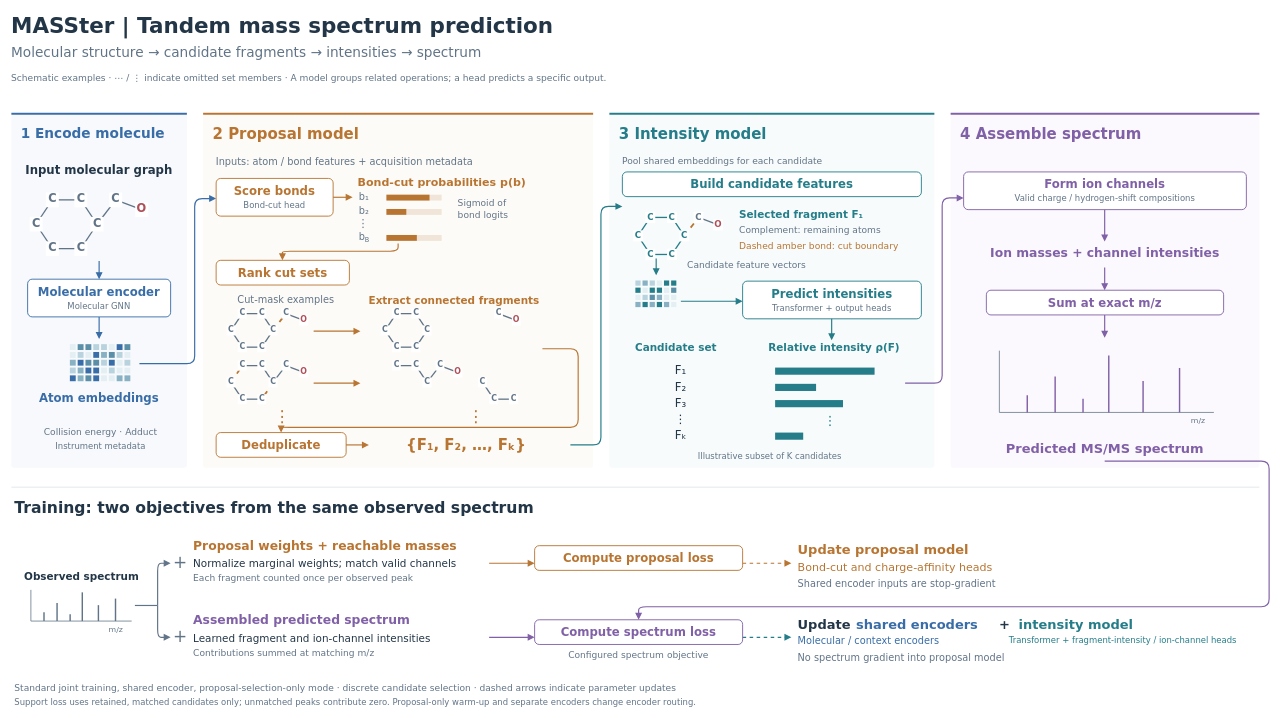
Earlier version of the draw.io diagram page "MASSter architecture" (1 of 6) of docs/figures/masster_figures.drawio (LZhang98/fragnnet). Source tidied: cells renumbered, new cells numbered last; positions are measured from the earlier drawing's top-left corner, leaving out a move shared by most shapes. Both pictures are drawn from the tidied source at 65%, with x=0, y=0 at pixel (11, 11).
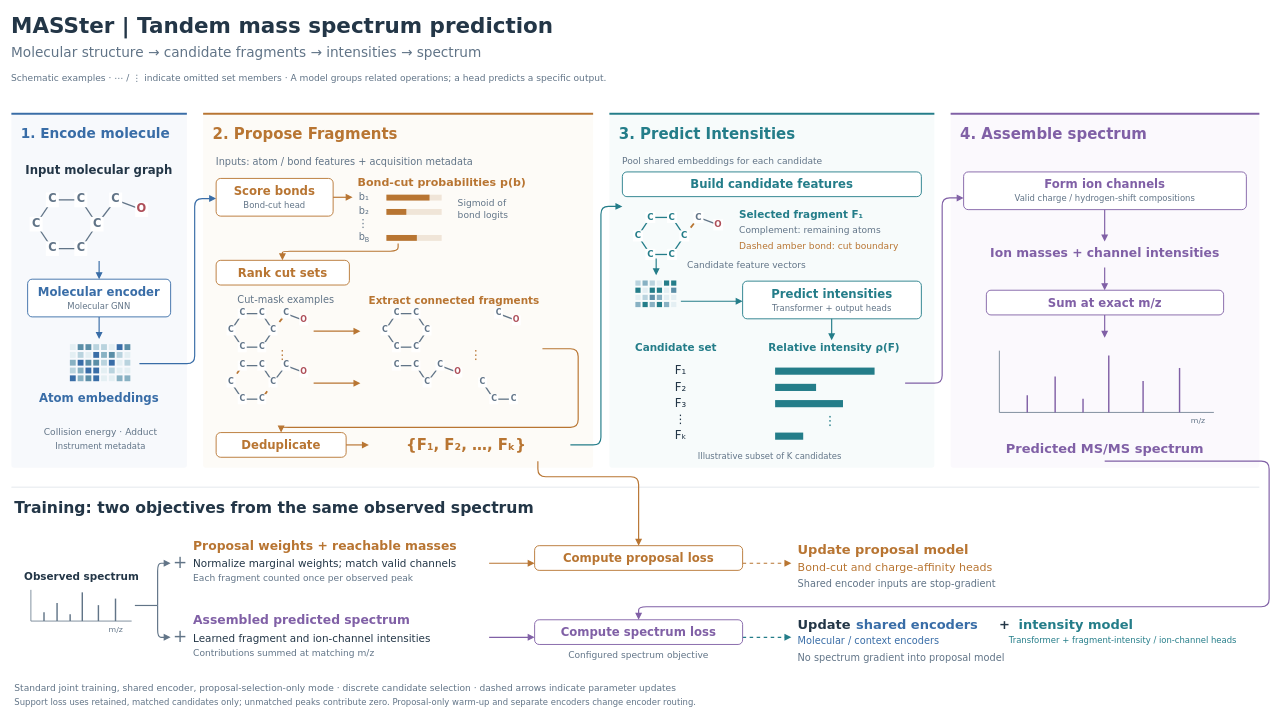
After the change.

Diff of the diagram source:
```diff
@@
-    <mxCell id="7" value="1   Encode molecule" style="text;html=0;whiteSpace=wrap;fillColor=none;strokeColor=none;fontFamily=DejaVu Sans;fontSize=21;fontColor=#396DA7;fontStyle=1;align=left;verticalAlign=middle;spacing=0;" parent="1" vertex="1">
+    <mxCell id="7" value="1. Encode molecule" style="text;html=0;whiteSpace=wrap;fillColor=none;strokeColor=none;fontFamily=DejaVu Sans;fontSize=21;fontColor=#396DA7;fontStyle=1;align=left;verticalAlign=middle;spacing=0;" parent="1" vertex="1">
       <mxGeometry x="15" y="175" width="240" height="26.2" as="geometry" />
     </mxCell>
@@
-    <mxCell id="10" value="2   Proposal model" style="text;html=0;whiteSpace=wrap;fillColor=none;strokeColor=none;fontFamily=DejaVu Sans;fontSize=23;fontColor=#B87532;fontStyle=1;align=left;verticalAlign=middle;spacing=0;" parent="1" vertex="1">
+    <mxCell id="10" value="2. Propose Fragments" style="text;html=0;whiteSpace=wrap;fillColor=none;strokeColor=none;fontFamily=DejaVu Sans;fontSize=23;fontColor=#B87532;fontStyle=1;align=left;verticalAlign=middle;spacing=0;" parent="1" vertex="1">
       <mxGeometry x="310" y="175" width="570" height="28.8" as="geometry" />
     </mxCell>
@@
-    <mxCell id="13" value="3   Intensity model" style="text;html=0;whiteSpace=wrap;fillColor=none;strokeColor=none;fontFamily=DejaVu Sans;fontSize=23;fontColor=#247D89;fontStyle=1;align=left;verticalAlign=middle;spacing=0;" parent="1" vertex="1">
+    <mxCell id="13" value="3. Predict Intensities" style="text;html=0;whiteSpace=wrap;fillColor=none;strokeColor=none;fontFamily=DejaVu Sans;fontSize=23;fontColor=#247D89;fontStyle=1;align=left;verticalAlign=middle;spacing=0;" parent="1" vertex="1">
       <mxGeometry x="935" y="175" width="470" height="28.8" as="geometry" />
     </mxCell>
@@
-    <mxCell id="16" value="4   Assemble spectrum" style="text;html=0;whiteSpace=wrap;fillColor=none;strokeColor=none;fontFamily=DejaVu Sans;fontSize=23;fontColor=#8060A6;fontStyle=1;align=left;verticalAlign=middle;spacing=0;" parent="1" vertex="1">
+    <mxCell id="16" value="4. Assemble spectrum" style="text;html=0;whiteSpace=wrap;fillColor=none;strokeColor=none;fontFamily=DejaVu Sans;fontSize=23;fontColor=#8060A6;fontStyle=1;align=left;verticalAlign=middle;spacing=0;" parent="1" vertex="1">
       <mxGeometry x="1460" y="175" width="445" height="28.8" as="geometry" />
     </mxCell>
@@
-    <mxCell id="164" value="⋮" style="text;html=0;whiteSpace=wrap;fillColor=none;strokeColor=none;fontFamily=DejaVu Sans;fontSize=25;fontColor=#B87532;fontStyle=0;align=center;verticalAlign=middle;spacing=0;" parent="1" vertex="1">
-      <mxGeometry x="367" y="607" width="100" height="31.2" as="geometry" />
+    <mxCell id="164" value="⋮" style="text;html=0;whiteSpace=wrap;fillColor=none;strokeColor=none;fontFamily=DejaVu Sans;fontSize=19;fontColor=#B87532;fontStyle=0;align=center;verticalAlign=middle;spacing=0;" parent="1" vertex="1">
+      <mxGeometry x="367" y="517" width="100" height="23.8" as="geometry" />
     </mxCell>
@@
-    <mxCell id="211" value="⋮" style="text;html=0;whiteSpace=wrap;fillColor=none;strokeColor=none;fontFamily=DejaVu Sans;fontSize=25;fontColor=#B87532;fontStyle=0;align=center;verticalAlign=middle;spacing=0;" parent="1" vertex="1">
-      <mxGeometry x="635" y="607" width="160" height="31.2" as="geometry" />
+    <mxCell id="211" value="⋮" style="text;html=0;whiteSpace=wrap;fillColor=none;strokeColor=none;fontFamily=DejaVu Sans;fontSize=19;fontColor=#B87532;fontStyle=0;align=center;verticalAlign=middle;spacing=0;" parent="1" vertex="1">
+      <mxGeometry x="635" y="517" width="160" height="23.8" as="geometry" />
     </mxCell>
@@
-    <mxCell id="354" style="edgeStyle=none;rounded=1;arcSize=24;html=0;strokeColor=#8060A6;strokeWidth=1.8;endArrow=block;endFill=1;endSize=6;dashed=0;" parent="1" edge="1">
+    <mxCell id="354" style="edgeStyle=none;rounded=1;arcSize=24;html=0;strokeColor=#B87532;strokeWidth=1.8;endArrow=block;endFill=1;endSize=6;dashed=0;" parent="1" edge="1">
       <mxGeometry relative="1" as="geometry">
-        <mxPoint x="1682" y="692" as="sourcePoint" />
-        <mxPoint x="965" y="936" as="targetPoint" />
+        <mxPoint x="810" y="692" as="sourcePoint" />
+        <mxPoint x="965" y="822" as="targetPoint" />
         <Array as="points">
-          <mxPoint x="1935" y="692" />
-          <mxPoint x="1935" y="916" />
-          <mxPoint x="965" y="916" />
+          <mxPoint x="810" y="716" />
+          <mxPoint x="965" y="716" />
         </Array>
       </mxGeometry>
     </mxCell>
+    <mxCell id="355" style="edgeStyle=none;rounded=1;arcSize=24;html=0;strokeColor=#8060A6;strokeWidth=1.8;endArrow=block;endFill=1;endSize=6;dashed=0;" parent="1" edge="1">
+      <mxGeometry relative="1" as="geometry">
+        <mxPoint x="1682" y="692" as="sourcePoint" />
+        <mxPoint x="965" y="936" as="targetPoint" />
+        <Array as="points">
+          <mxPoint x="1935" y="692" />
+          <mxPoint x="1935" y="916" />
+          <mxPoint x="965" y="916" />
+        </Array>
+      </mxGeometry>
+    </mxCell>
```
